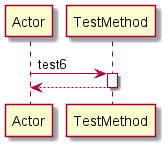
Earlier version of the PlantUML export Diagrams/SAFE/test6.png (manucapo/Gardener). The source it was exported from:
```plantuml
@startuml
participant Actor
Actor -> TestMethod: test6
activate TestMethod
return
@enduml
```
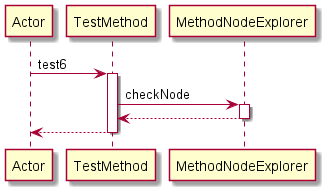
After the change.

Diff of the diagram source:
```diff
@@ -2,5 +2,9 @@
 participant Actor
 Actor -> TestMethod: test6
 activate TestMethod
+TestMethod -> MethodNodeExplorer: checkNode
+activate MethodNodeExplorer
+MethodNodeExplorer-->TestMethod
+deactivate MethodNodeExplorer
 return
 @enduml
```
